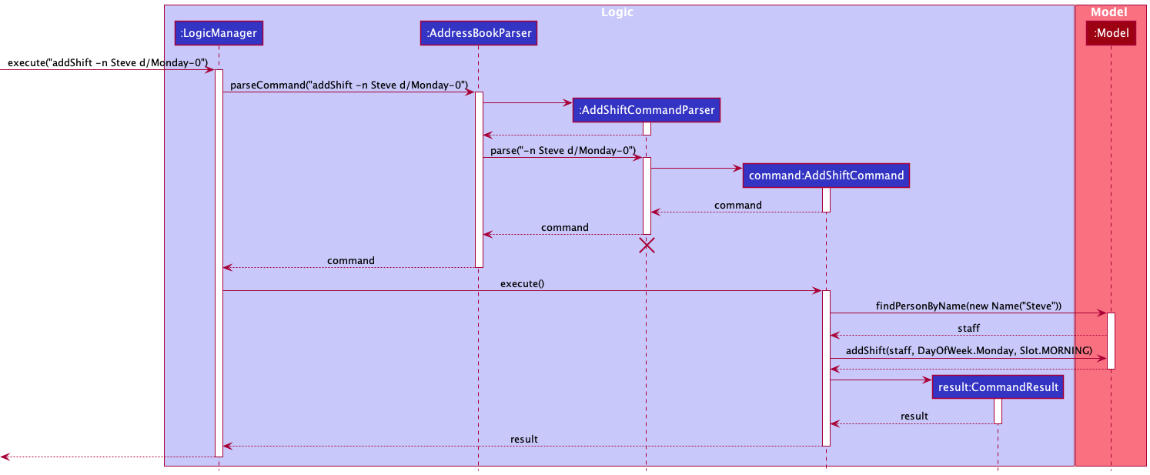
Earlier version of the PlantUML export docs/images/AddShiftSequenceDiagram.png (nus-cs2103-AY2122S1/tp). Its source is kept beside it as docs/diagrams/AddShiftSequenceDiagram.puml.
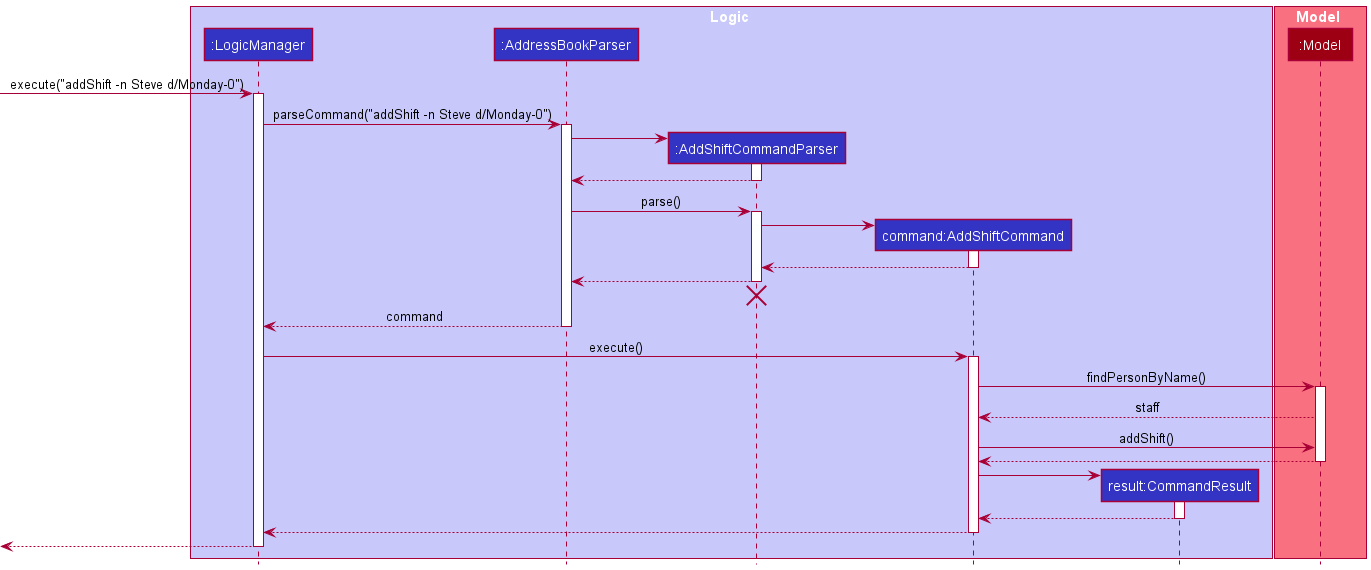
The same file after the commit.

Commit message:
Modify addshift sequence diagram

The edit, as a diff of the source:
```diff
@@ -26,17 +26,17 @@
 AddShiftCommandParser --> AddressBookParser
 deactivate AddShiftCommandParser
 
-AddressBookParser -> AddShiftCommandParser : parse("-n Steve d/Monday-0")
+AddressBookParser -> AddShiftCommandParser : parse()
 activate AddShiftCommandParser
 
 create AddShiftCommand
 AddShiftCommandParser -> AddShiftCommand
 activate AddShiftCommand
 
-AddShiftCommand --> AddShiftCommandParser : command
+AddShiftCommand --> AddShiftCommandParser
 deactivate AddShiftCommand
 
-AddShiftCommandParser --> AddressBookParser : command
+AddShiftCommandParser --> AddressBookParser
 deactivate AddShiftCommandParser
 AddShiftCommandParser -[hidden]-> AddressBookParser
 destroy AddShiftCommandParser
@@ -47,11 +47,11 @@
 LogicManager -> AddShiftCommand : execute()
 activate AddShiftCommand
 
-AddShiftCommand -> Model : findPersonByName(new Name("Steve"))
+AddShiftCommand -> Model : findPersonByName()
 activate Model
 
 Model --> AddShiftCommand : staff
-AddShiftCommand -> Model : addShift(staff, DayOfWeek.Monday, Slot.MORNING)
+AddShiftCommand -> Model : addShift()
 Model --> AddShiftCommand
 deactivate Model
 
@@ -59,10 +59,10 @@
 AddShiftCommand -> CommandResult
 activate CommandResult
 
-CommandResult --> AddShiftCommand : result
+CommandResult --> AddShiftCommand
 deactivate CommandResult
 
-AddShiftCommand --> LogicManager : result
+AddShiftCommand --> LogicManager
 deactivate AddShiftCommand
 
 [<--LogicManager
```
